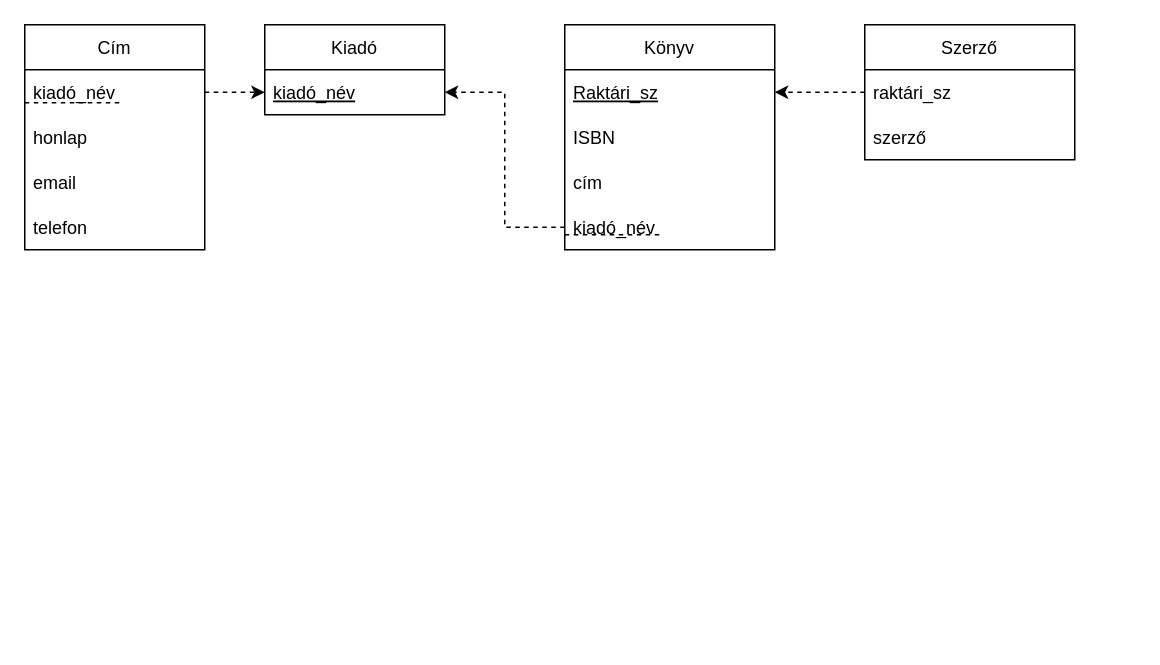
Above: HR6121_1004/HR6121_4.2.drawio in HonDaniel/HR6121_DB1Gyak (draw.io), before the change. Source tidied: cells renumbered, new cells numbered last; positions are measured from the earlier drawing's top-left corner, leaving out a move shared by most shapes. Both pictures are drawn from the tidied source at 150%, with x=0, y=0 at pixel (24, 24).
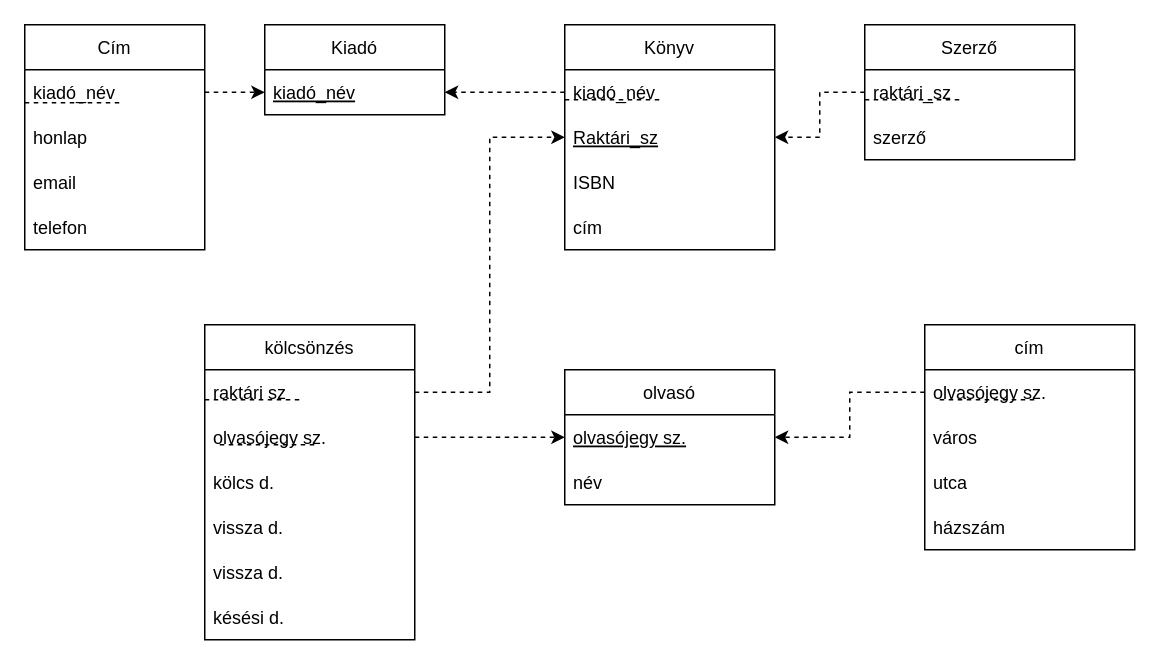
The same diagram, later.

The change refers to these unchanged cells:
```xml
<mxCell id="11" value="Könyv" style="swimlane;fontStyle=0;horizontal=1;startSize=30;" parent="1" vertex="1">
  <mxGeometry x="360" width="140" height="150" as="geometry" />
</mxCell>
<mxCell id="18" value="Szerző" style="swimlane;fontStyle=0;horizontal=1;startSize=30;" parent="1" vertex="1">
  <mxGeometry x="560" width="140" height="90" as="geometry" />
</mxCell>
```

What changed in the source:
```diff
@@
+    <mxCell id="15" value="kiadó_név" style="text;strokeColor=none;fillColor=none;align=left;verticalAlign=middle;spacingLeft=4;spacingRight=4;overflow=hidden;points=[[0,0.5],[1,0.5]];portConstraint=eastwest;" parent="11" vertex="1">
+      <mxGeometry y="30" width="140" height="30" as="geometry" />
+    </mxCell>
+    <mxCell id="22" style="endArrow=none;dashed=1;html=1;rounded=0;" parent="11" edge="1">
+      <mxGeometry relative="1" as="geometry">
+        <mxPoint y="50" as="sourcePoint" />
+        <mxPoint x="64" y="50" as="targetPoint" />
+      </mxGeometry>
+    </mxCell>
     <mxCell id="12" value="Raktári_sz" style="text;strokeColor=none;fillColor=none;align=left;verticalAlign=middle;spacingLeft=4;spacingRight=4;overflow=hidden;points=[[0,0.5],[1,0.5]];portConstraint=eastwest;fontStyle=4;" parent="11" vertex="1">
-      <mxGeometry y="30" width="140" height="30" as="geometry" />
+      <mxGeometry y="60" width="140" height="30" as="geometry" />
     </mxCell>
     <mxCell id="13" value="ISBN" style="text;strokeColor=none;fillColor=none;align=left;verticalAlign=middle;spacingLeft=4;spacingRight=4;overflow=hidden;" parent="11" vertex="1">
-      <mxGeometry y="60" width="140" height="30" as="geometry" />
+      <mxGeometry y="90" width="140" height="30" as="geometry" />
     </mxCell>
     <mxCell id="14" value="cím" style="text;strokeColor=none;fillColor=none;align=left;verticalAlign=middle;spacingLeft=4;spacingRight=4;overflow=hidden;" parent="11" vertex="1">
-      <mxGeometry y="90" width="140" height="30" as="geometry" />
+      <mxGeometry y="120" width="140" height="30" as="geometry" />
     </mxCell>
-    <mxCell id="15" value="kiadó_név" style="text;strokeColor=none;fillColor=none;align=left;verticalAlign=middle;spacingLeft=4;spacingRight=4;overflow=hidden;points=[[0,0.5],[1,0.5]];portConstraint=eastwest;" parent="11" vertex="1">
-      <mxGeometry y="120" width="140" height="30" as="geometry" />
-    </mxCell>
-    <mxCell id="16" style="endArrow=none;dashed=1;html=1;rounded=0;" parent="11" edge="1">
-      <mxGeometry relative="1" as="geometry">
-        <mxPoint y="140" as="sourcePoint" />
-        <mxPoint x="64" y="140" as="targetPoint" />
-      </mxGeometry>
-    </mxCell>
@@
+    <mxCell id="23" style="endArrow=none;dashed=1;html=1;rounded=0;" parent="18" edge="1">
+      <mxGeometry relative="1" as="geometry">
+        <mxPoint y="50" as="sourcePoint" />
+        <mxPoint x="64" y="50" as="targetPoint" />
+      </mxGeometry>
+    </mxCell>
@@
+    <mxCell id="24" value="kölcsönzés" style="swimlane;fontStyle=0;horizontal=1;startSize=30;" parent="1" vertex="1">
+      <mxGeometry x="120" y="200" width="140" height="210" as="geometry" />
+    </mxCell>
+    <mxCell id="25" value="raktári sz" style="text;strokeColor=none;fillColor=none;align=left;verticalAlign=middle;spacingLeft=4;spacingRight=4;overflow=hidden;points=[[0,0.5],[1,0.5]];portConstraint=eastwest;fontStyle=0;" parent="24" vertex="1">
+      <mxGeometry y="30" width="140" height="30" as="geometry" />
+    </mxCell>
+    <mxCell id="26" style="endArrow=none;dashed=1;html=1;rounded=0;" parent="24" edge="1">
+      <mxGeometry relative="1" as="geometry">
+        <mxPoint y="50" as="sourcePoint" />
+        <mxPoint x="64" y="50" as="targetPoint" />
+      </mxGeometry>
+    </mxCell>
+    <mxCell id="27" value="olvasójegy sz." style="text;strokeColor=none;fillColor=none;align=left;verticalAlign=middle;spacingLeft=4;spacingRight=4;overflow=hidden;points=[[0,0.5],[1,0.5]];portConstraint=eastwest;" parent="24" vertex="1">
+      <mxGeometry y="60" width="140" height="30" as="geometry" />
+    </mxCell>
+    <mxCell id="28" style="endArrow=none;dashed=1;html=1;rounded=0;" parent="24" edge="1">
+      <mxGeometry relative="1" as="geometry">
+        <mxPoint x="10" y="80" as="sourcePoint" />
+        <mxPoint x="74" y="80" as="targetPoint" />
+      </mxGeometry>
+    </mxCell>
+    <mxCell id="29" value="kölcs d." style="text;strokeColor=none;fillColor=none;align=left;verticalAlign=middle;spacingLeft=4;spacingRight=4;overflow=hidden;" parent="24" vertex="1">
+      <mxGeometry y="90" width="140" height="30" as="geometry" />
+    </mxCell>
+    <mxCell id="30" value="vissza d." style="text;strokeColor=none;fillColor=none;align=left;verticalAlign=middle;spacingLeft=4;spacingRight=4;overflow=hidden;" parent="24" vertex="1">
+      <mxGeometry y="120" width="140" height="30" as="geometry" />
+    </mxCell>
+    <mxCell id="31" value="vissza d." style="text;strokeColor=none;fillColor=none;align=left;verticalAlign=middle;spacingLeft=4;spacingRight=4;overflow=hidden;" parent="24" vertex="1">
+      <mxGeometry y="150" width="140" height="30" as="geometry" />
+    </mxCell>
+    <mxCell id="32" value="késési d." style="text;strokeColor=none;fillColor=none;align=left;verticalAlign=middle;spacingLeft=4;spacingRight=4;overflow=hidden;" parent="24" vertex="1">
+      <mxGeometry y="180" width="140" height="30" as="geometry" />
+    </mxCell>
+    <mxCell id="33" value="olvasó" style="swimlane;fontStyle=0;horizontal=1;startSize=30;" parent="1" vertex="1">
+      <mxGeometry x="360" y="230" width="140" height="90" as="geometry" />
+    </mxCell>
+    <mxCell id="34" value="olvasójegy sz." style="text;strokeColor=none;fillColor=none;align=left;verticalAlign=middle;spacingLeft=4;spacingRight=4;overflow=hidden;points=[[0,0.5],[1,0.5]];portConstraint=eastwest;fontStyle=4;" parent="33" vertex="1">
+      <mxGeometry y="30" width="140" height="30" as="geometry" />
+    </mxCell>
+    <mxCell id="35" value="név" style="text;strokeColor=none;fillColor=none;align=left;verticalAlign=middle;spacingLeft=4;spacingRight=4;overflow=hidden;" parent="33" vertex="1">
+      <mxGeometry y="60" width="140" height="30" as="geometry" />
+    </mxCell>
+    <mxCell id="36" value="cím" style="swimlane;fontStyle=0;horizontal=1;startSize=30;" parent="1" vertex="1">
+      <mxGeometry x="600" y="200" width="140" height="150" as="geometry" />
+    </mxCell>
+    <mxCell id="37" value="olvasójegy sz." style="text;strokeColor=none;fillColor=none;align=left;verticalAlign=middle;spacingLeft=4;spacingRight=4;overflow=hidden;points=[[0,0.5],[1,0.5]];portConstraint=eastwest;" parent="36" vertex="1">
+      <mxGeometry y="30" width="140" height="30" as="geometry" />
+    </mxCell>
+    <mxCell id="38" style="endArrow=none;dashed=1;html=1;rounded=0;" parent="36" edge="1">
+      <mxGeometry relative="1" as="geometry">
+        <mxPoint x="10" y="50" as="sourcePoint" />
+        <mxPoint x="74" y="50" as="targetPoint" />
+      </mxGeometry>
+    </mxCell>
+    <mxCell id="39" value="város" style="text;strokeColor=none;fillColor=none;align=left;verticalAlign=middle;spacingLeft=4;spacingRight=4;overflow=hidden;" parent="36" vertex="1">
+      <mxGeometry y="60" width="140" height="30" as="geometry" />
+    </mxCell>
+    <mxCell id="40" value="utca" style="text;strokeColor=none;fillColor=none;align=left;verticalAlign=middle;spacingLeft=4;spacingRight=4;overflow=hidden;" parent="36" vertex="1">
+      <mxGeometry y="90" width="140" height="30" as="geometry" />
+    </mxCell>
+    <mxCell id="41" value="házszám" style="text;strokeColor=none;fillColor=none;align=left;verticalAlign=middle;spacingLeft=4;spacingRight=4;overflow=hidden;" parent="36" vertex="1">
+      <mxGeometry y="120" width="140" height="30" as="geometry" />
+    </mxCell>
+    <mxCell id="42" style="edgeStyle=orthogonalEdgeStyle;rounded=0;jettySize=auto;html=1;exitX=1;exitY=0.5;exitDx=0;exitDy=0;entryX=0;entryY=0.5;entryDx=0;entryDy=0;dashed=1;" parent="1" edge="1" source="27" target="34">
+      <mxGeometry relative="1" as="geometry" />
+    </mxCell>
+    <mxCell id="43" style="edgeStyle=orthogonalEdgeStyle;rounded=0;jettySize=auto;html=1;exitX=1;exitY=0.5;exitDx=0;exitDy=0;entryX=0;entryY=0.5;entryDx=0;entryDy=0;dashed=1;" parent="1" edge="1" source="25" target="12">
+      <mxGeometry relative="1" as="geometry" />
+    </mxCell>
+    <mxCell id="44" style="edgeStyle=orthogonalEdgeStyle;rounded=0;jettySize=auto;html=1;exitX=0;exitY=0.5;exitDx=0;exitDy=0;entryX=1;entryY=0.5;entryDx=0;entryDy=0;dashed=1;" parent="1" edge="1" source="37" target="34">
+      <mxGeometry relative="1" as="geometry" />
+    </mxCell>
```
